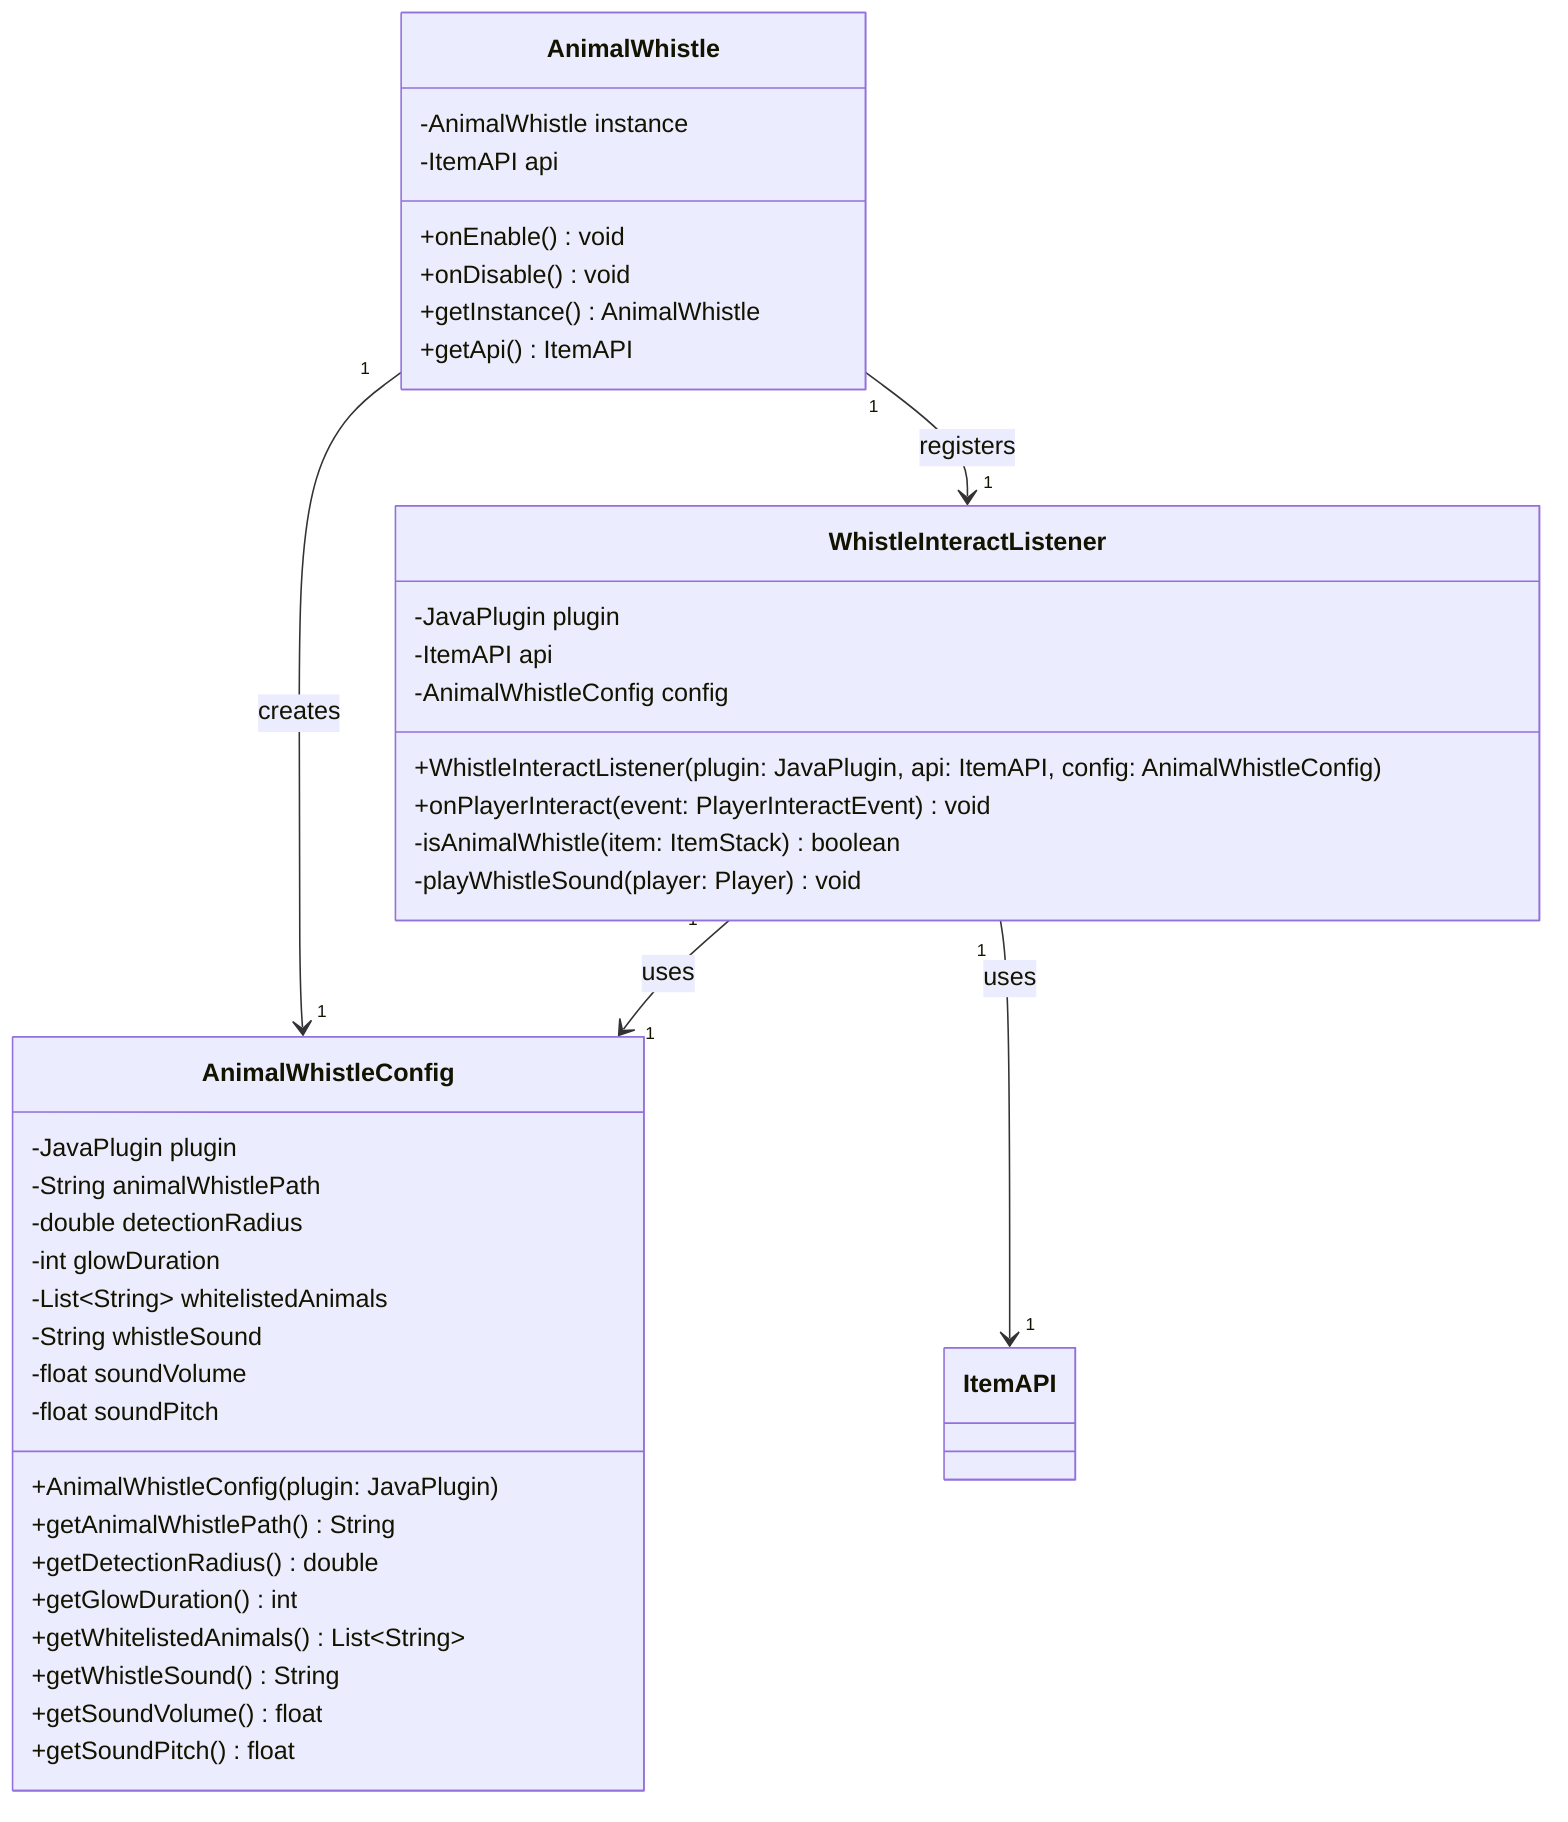
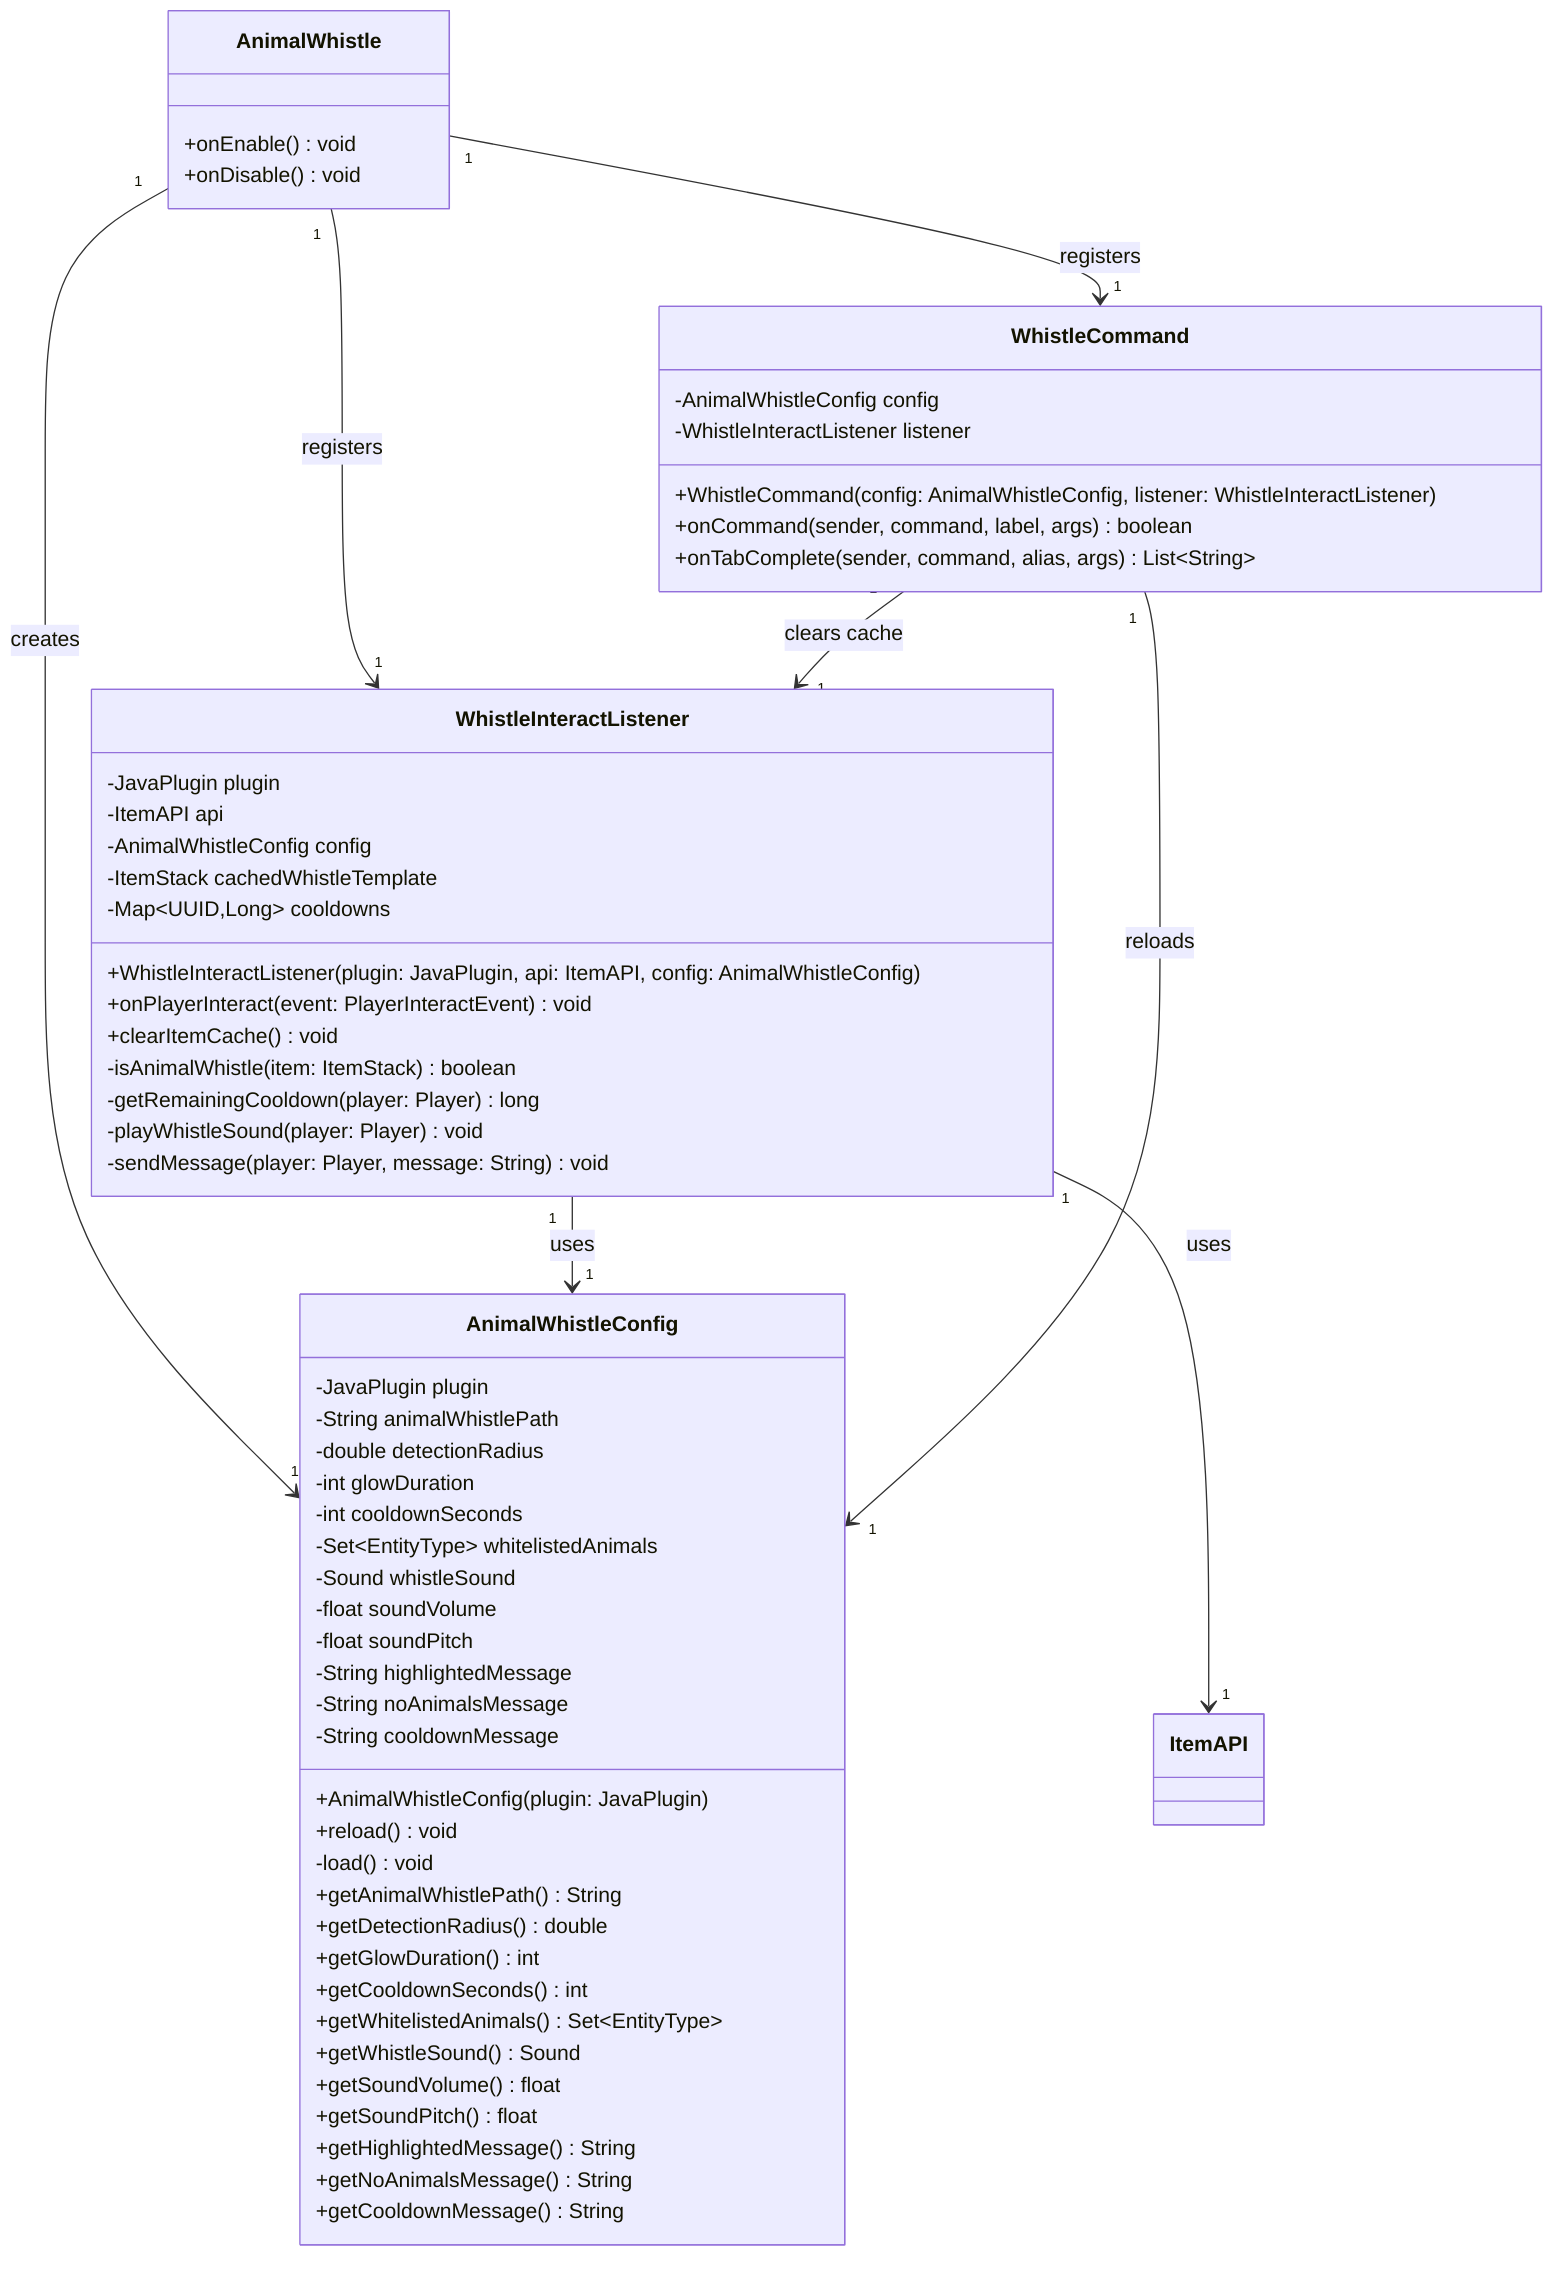
classDiagram
    class AnimalWhistle {
-         -AnimalWhistle instance
-         -ItemAPI api
        +onEnable() void
        +onDisable() void
-         +getInstance() AnimalWhistle
-         +getApi() ItemAPI
    }

    class AnimalWhistleConfig {
        -JavaPlugin plugin
        -String animalWhistlePath
        -double detectionRadius
        -int glowDuration
-         -List~String~ whitelistedAnimals
-         -String whistleSound
+         -int cooldownSeconds
+         -Set~EntityType~ whitelistedAnimals
+         -Sound whistleSound
        -float soundVolume
        -float soundPitch
+         -String highlightedMessage
+         -String noAnimalsMessage
+         -String cooldownMessage
        +AnimalWhistleConfig(plugin: JavaPlugin)
+         +reload() void
+         -load() void
        +getAnimalWhistlePath() String
        +getDetectionRadius() double
        +getGlowDuration() int
-         +getWhitelistedAnimals() List~String~
-         +getWhistleSound() String
+         +getCooldownSeconds() int
+         +getWhitelistedAnimals() Set~EntityType~
+         +getWhistleSound() Sound
        +getSoundVolume() float
        +getSoundPitch() float
+         +getHighlightedMessage() String
+         +getNoAnimalsMessage() String
+         +getCooldownMessage() String
    }

    class WhistleInteractListener {
        -JavaPlugin plugin
        -ItemAPI api
        -AnimalWhistleConfig config
+         -ItemStack cachedWhistleTemplate
+         -Map~UUID,Long~ cooldowns
        +WhistleInteractListener(plugin: JavaPlugin, api: ItemAPI, config: AnimalWhistleConfig)
        +onPlayerInteract(event: PlayerInteractEvent) void
+         +clearItemCache() void
        -isAnimalWhistle(item: ItemStack) boolean
+         -getRemainingCooldown(player: Player) long
        -playWhistleSound(player: Player) void
+         -sendMessage(player: Player, message: String) void
+     }
+ 
+     class WhistleCommand {
+         -AnimalWhistleConfig config
+         -WhistleInteractListener listener
+         +WhistleCommand(config: AnimalWhistleConfig, listener: WhistleInteractListener)
+         +onCommand(sender, command, label, args) boolean
+         +onTabComplete(sender, command, alias, args) List~String~
    }

    AnimalWhistle "1" --> "1" AnimalWhistleConfig : creates
    AnimalWhistle "1" --> "1" WhistleInteractListener : registers
+     AnimalWhistle "1" --> "1" WhistleCommand : registers

    WhistleInteractListener "1" --> "1" AnimalWhistleConfig : uses
    WhistleInteractListener "1" --> "1" ItemAPI : uses
+     WhistleCommand "1" --> "1" AnimalWhistleConfig : reloads
+     WhistleCommand "1" --> "1" WhistleInteractListener : clears cache
